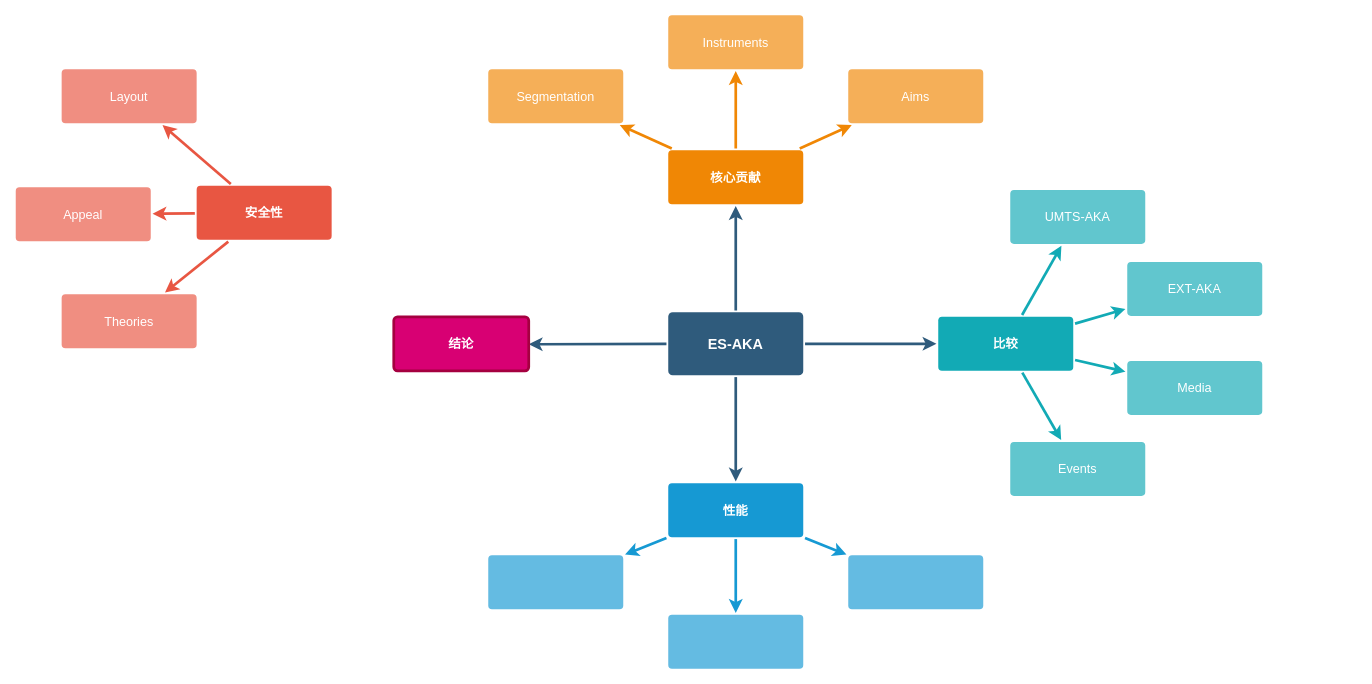
cld4h/draw.io-documents keeps this draw.io diagram as ES-AKA.drawio. Above is the earlier version. Source tidied: cells renumbered, new cells numbered last; positions are measured from the earlier drawing's top-left corner, leaving out a move shared by most shapes. Both pictures are drawn from the tidied source at 90%, with x=0, y=0 at pixel (15, 14).
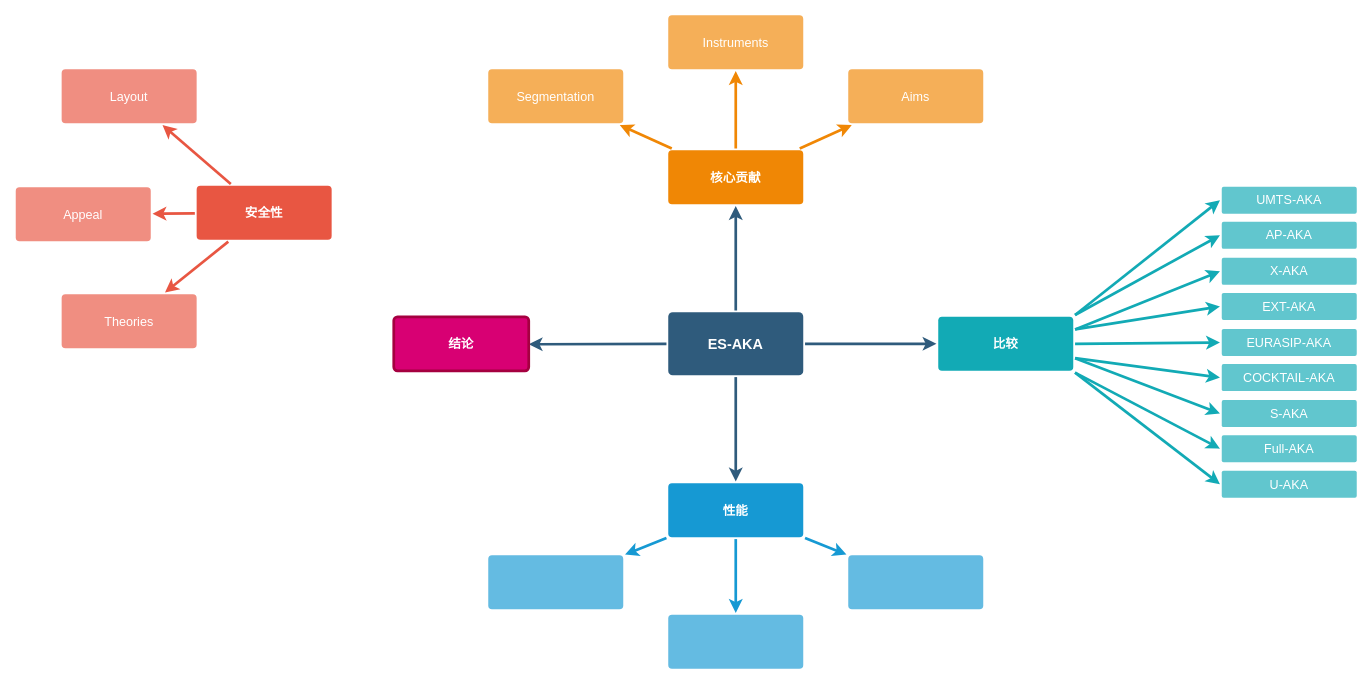
The same page after the edit.

The change refers to these unchanged cells:
```xml
<mxCell id="28" value="比较" style="rounded=1;whiteSpace=wrap;html=1;shadow=0;labelBackgroundColor=none;strokeColor=none;strokeWidth=3;fillColor=#12aab5;fontFamily=Helvetica;fontSize=14;fontColor=#FFFFFF;align=center;spacing=5;fontStyle=1;arcSize=7;perimeterSpacing=2;" parent="1" vertex="1">
  <mxGeometry x="1025" y="335.5" width="150" height="60" as="geometry" />
</mxCell>
```

Change to the diagram source:
```diff
@@
-    <mxCell id="29" value="Events" style="rounded=1;whiteSpace=wrap;html=1;shadow=0;labelBackgroundColor=none;strokeColor=none;strokeWidth=3;fillColor=#61c6ce;fontFamily=Helvetica;fontSize=14;fontColor=#FFFFFF;align=center;spacing=5;fontStyle=0;arcSize=7;perimeterSpacing=2;" parent="1" vertex="1">
-      <mxGeometry x="1105" y="474.5" width="150" height="60" as="geometry" />
+    <mxCell id="29" value="EXT-AKA" style="rounded=1;whiteSpace=wrap;html=1;shadow=0;labelBackgroundColor=none;strokeColor=none;strokeWidth=3;fillColor=#61c6ce;fontFamily=Helvetica;fontSize=14;fontColor=#FFFFFF;align=center;spacing=5;fontStyle=0;arcSize=7;perimeterSpacing=2;" parent="1" vertex="1">
+      <mxGeometry x="1340" y="309" width="150" height="30" as="geometry" />
     </mxCell>
-    <mxCell id="30" style="edgeStyle=none;rounded=1;jumpStyle=none;html=1;shadow=0;labelBackgroundColor=none;startArrow=none;startFill=0;jettySize=auto;strokeColor=#12AAB5;strokeWidth=3;fontFamily=Helvetica;fontSize=14;fontColor=#FFFFFF;spacing=5;fontStyle=1;fillColor=#b0e3e6;" parent="1" edge="1" source="28" target="29">
+    <mxCell id="30" style="edgeStyle=none;rounded=1;jumpStyle=none;html=1;shadow=0;labelBackgroundColor=none;startArrow=none;startFill=0;jettySize=auto;strokeColor=#12AAB5;strokeWidth=3;fontFamily=Helvetica;fontSize=14;fontColor=#FFFFFF;spacing=5;fontStyle=1;fillColor=#b0e3e6;entryX=0;entryY=0.5;entryDx=0;entryDy=0;exitX=1;exitY=0.25;exitDx=0;exitDy=0;" parent="1" edge="1" source="28" target="29">
       <mxGeometry relative="1" as="geometry" />
     </mxCell>
-    <mxCell id="31" value="Media" style="rounded=1;whiteSpace=wrap;html=1;shadow=0;labelBackgroundColor=none;strokeColor=none;strokeWidth=3;fillColor=#61c6ce;fontFamily=Helvetica;fontSize=14;fontColor=#FFFFFF;align=center;spacing=5;fontStyle=0;arcSize=7;perimeterSpacing=2;" parent="1" vertex="1">
-      <mxGeometry x="1235" y="384.5" width="150" height="60" as="geometry" />
+    <mxCell id="31" value="X-AKA" style="rounded=1;whiteSpace=wrap;html=1;shadow=0;labelBackgroundColor=none;strokeColor=none;strokeWidth=3;fillColor=#61c6ce;fontFamily=Helvetica;fontSize=14;fontColor=#FFFFFF;align=center;spacing=5;fontStyle=0;arcSize=7;perimeterSpacing=2;" parent="1" vertex="1">
+      <mxGeometry x="1340" y="270" width="150" height="30" as="geometry" />
     </mxCell>
-    <mxCell id="32" style="edgeStyle=none;rounded=1;jumpStyle=none;html=1;shadow=0;labelBackgroundColor=none;startArrow=none;startFill=0;jettySize=auto;strokeColor=#12AAB5;strokeWidth=3;fontFamily=Helvetica;fontSize=14;fontColor=#FFFFFF;spacing=5;fontStyle=1;fillColor=#b0e3e6;" parent="1" edge="1" source="28" target="31">
+    <mxCell id="32" style="edgeStyle=none;rounded=1;jumpStyle=none;html=1;shadow=0;labelBackgroundColor=none;startArrow=none;startFill=0;jettySize=auto;strokeColor=#12AAB5;strokeWidth=3;fontFamily=Helvetica;fontSize=14;fontColor=#FFFFFF;spacing=5;fontStyle=1;fillColor=#b0e3e6;entryX=0;entryY=0.5;entryDx=0;entryDy=0;exitX=1;exitY=0.25;exitDx=0;exitDy=0;" parent="1" edge="1" source="28" target="31">
       <mxGeometry relative="1" as="geometry" />
     </mxCell>
-    <mxCell id="33" value="EXT-AKA" style="rounded=1;whiteSpace=wrap;html=1;shadow=0;labelBackgroundColor=none;strokeColor=none;strokeWidth=3;fillColor=#61c6ce;fontFamily=Helvetica;fontSize=14;fontColor=#FFFFFF;align=center;spacing=5;fontStyle=0;arcSize=7;perimeterSpacing=2;" parent="1" vertex="1">
-      <mxGeometry x="1235" y="274.5" width="150" height="60" as="geometry" />
+    <mxCell id="33" value="AP-AKA" style="rounded=1;whiteSpace=wrap;html=1;shadow=0;labelBackgroundColor=none;strokeColor=none;strokeWidth=3;fillColor=#61c6ce;fontFamily=Helvetica;fontSize=14;fontColor=#FFFFFF;align=center;spacing=5;fontStyle=0;arcSize=7;perimeterSpacing=2;" parent="1" vertex="1">
+      <mxGeometry x="1340" y="230" width="150" height="30" as="geometry" />
     </mxCell>
-    <mxCell id="34" style="edgeStyle=none;rounded=1;jumpStyle=none;html=1;shadow=0;labelBackgroundColor=none;startArrow=none;startFill=0;jettySize=auto;strokeColor=#12AAB5;strokeWidth=3;fontFamily=Helvetica;fontSize=14;fontColor=#FFFFFF;spacing=5;fontStyle=1;fillColor=#b0e3e6;" parent="1" edge="1" source="28" target="33">
+    <mxCell id="34" style="edgeStyle=none;rounded=1;jumpStyle=none;html=1;shadow=0;labelBackgroundColor=none;startArrow=none;startFill=0;jettySize=auto;strokeColor=#12AAB5;strokeWidth=3;fontFamily=Helvetica;fontSize=14;fontColor=#FFFFFF;spacing=5;fontStyle=1;fillColor=#b0e3e6;entryX=0;entryY=0.5;entryDx=0;entryDy=0;exitX=1;exitY=0;exitDx=0;exitDy=0;" parent="1" edge="1" source="28" target="33">
       <mxGeometry relative="1" as="geometry" />
     </mxCell>
     <mxCell id="35" value="UMTS-AKA" style="rounded=1;whiteSpace=wrap;html=1;shadow=0;labelBackgroundColor=none;strokeColor=none;strokeWidth=3;fillColor=#61c6ce;fontFamily=Helvetica;fontSize=14;fontColor=#FFFFFF;align=center;spacing=5;fontStyle=0;arcSize=7;perimeterSpacing=2;" parent="1" vertex="1">
-      <mxGeometry x="1105" y="194.5" width="150" height="60" as="geometry" />
+      <mxGeometry x="1340" y="191" width="150" height="30" as="geometry" />
     </mxCell>
-    <mxCell id="36" style="edgeStyle=none;rounded=1;jumpStyle=none;html=1;shadow=0;labelBackgroundColor=none;startArrow=none;startFill=0;jettySize=auto;strokeColor=#12AAB5;strokeWidth=3;fontFamily=Helvetica;fontSize=14;fontColor=#FFFFFF;spacing=5;fontStyle=1;fillColor=#b0e3e6;" parent="1" edge="1" source="28" target="35">
+    <mxCell id="36" style="edgeStyle=none;rounded=1;jumpStyle=none;html=1;shadow=0;labelBackgroundColor=none;startArrow=none;startFill=0;jettySize=auto;strokeColor=#12AAB5;strokeWidth=3;fontFamily=Helvetica;fontSize=14;fontColor=#FFFFFF;spacing=5;fontStyle=1;fillColor=#b0e3e6;entryX=0;entryY=0.5;entryDx=0;entryDy=0;exitX=1;exitY=0;exitDx=0;exitDy=0;" parent="1" edge="1" source="28" target="35">
       <mxGeometry relative="1" as="geometry" />
     </mxCell>
@@
+    <mxCell id="38" value="EURASIP-AKA" style="rounded=1;whiteSpace=wrap;html=1;shadow=0;labelBackgroundColor=none;strokeColor=none;strokeWidth=3;fillColor=#61c6ce;fontFamily=Helvetica;fontSize=14;fontColor=#FFFFFF;align=center;spacing=5;fontStyle=0;arcSize=7;perimeterSpacing=2;" parent="1" vertex="1">
+      <mxGeometry x="1340" y="349" width="150" height="30" as="geometry" />
+    </mxCell>
+    <mxCell id="39" value="COCKTAIL-AKA" style="rounded=1;whiteSpace=wrap;html=1;shadow=0;labelBackgroundColor=none;strokeColor=none;strokeWidth=3;fillColor=#61c6ce;fontFamily=Helvetica;fontSize=14;fontColor=#FFFFFF;align=center;spacing=5;fontStyle=0;arcSize=7;perimeterSpacing=2;" parent="1" vertex="1">
+      <mxGeometry x="1340" y="388" width="150" height="30" as="geometry" />
+    </mxCell>
+    <mxCell id="40" value="S-AKA" style="rounded=1;whiteSpace=wrap;html=1;shadow=0;labelBackgroundColor=none;strokeColor=none;strokeWidth=3;fillColor=#61c6ce;fontFamily=Helvetica;fontSize=14;fontColor=#FFFFFF;align=center;spacing=5;fontStyle=0;arcSize=7;perimeterSpacing=2;" parent="1" vertex="1">
+      <mxGeometry x="1340" y="428" width="150" height="30" as="geometry" />
+    </mxCell>
+    <mxCell id="41" value="Full-AKA" style="rounded=1;whiteSpace=wrap;html=1;shadow=0;labelBackgroundColor=none;strokeColor=none;strokeWidth=3;fillColor=#61c6ce;fontFamily=Helvetica;fontSize=14;fontColor=#FFFFFF;align=center;spacing=5;fontStyle=0;arcSize=7;perimeterSpacing=2;" parent="1" vertex="1">
+      <mxGeometry x="1340" y="467" width="150" height="30" as="geometry" />
+    </mxCell>
+    <mxCell id="42" value="U-AKA" style="rounded=1;whiteSpace=wrap;html=1;shadow=0;labelBackgroundColor=none;strokeColor=none;strokeWidth=3;fillColor=#61c6ce;fontFamily=Helvetica;fontSize=14;fontColor=#FFFFFF;align=center;spacing=5;fontStyle=0;arcSize=7;perimeterSpacing=2;" parent="1" vertex="1">
+      <mxGeometry x="1340" y="506.5" width="150" height="30" as="geometry" />
+    </mxCell>
+    <mxCell id="43" style="edgeStyle=none;rounded=1;jumpStyle=none;html=1;shadow=0;labelBackgroundColor=none;startArrow=none;startFill=0;jettySize=auto;strokeColor=#12AAB5;strokeWidth=3;fontFamily=Helvetica;fontSize=14;fontColor=#FFFFFF;spacing=5;fontStyle=1;fillColor=#b0e3e6;entryX=0;entryY=0.5;entryDx=0;entryDy=0;exitX=1;exitY=0.5;exitDx=0;exitDy=0;" parent="1" edge="1" source="28" target="38">
+      <mxGeometry relative="1" as="geometry" />
+    </mxCell>
+    <mxCell id="44" style="edgeStyle=none;rounded=1;jumpStyle=none;html=1;shadow=0;labelBackgroundColor=none;startArrow=none;startFill=0;jettySize=auto;strokeColor=#12AAB5;strokeWidth=3;fontFamily=Helvetica;fontSize=14;fontColor=#FFFFFF;spacing=5;fontStyle=1;fillColor=#b0e3e6;entryX=0;entryY=0.5;entryDx=0;entryDy=0;exitX=1;exitY=0.75;exitDx=0;exitDy=0;" parent="1" edge="1" source="28" target="39">
+      <mxGeometry relative="1" as="geometry" />
+    </mxCell>
+    <mxCell id="45" style="edgeStyle=none;rounded=1;jumpStyle=none;html=1;shadow=0;labelBackgroundColor=none;startArrow=none;startFill=0;jettySize=auto;strokeColor=#12AAB5;strokeWidth=3;fontFamily=Helvetica;fontSize=14;fontColor=#FFFFFF;spacing=5;fontStyle=1;fillColor=#b0e3e6;entryX=0;entryY=0.5;entryDx=0;entryDy=0;exitX=1;exitY=0.75;exitDx=0;exitDy=0;" parent="1" edge="1" source="28" target="40">
+      <mxGeometry relative="1" as="geometry" />
+    </mxCell>
+    <mxCell id="46" style="edgeStyle=none;rounded=1;jumpStyle=none;html=1;shadow=0;labelBackgroundColor=none;startArrow=none;startFill=0;jettySize=auto;strokeColor=#12AAB5;strokeWidth=3;fontFamily=Helvetica;fontSize=14;fontColor=#FFFFFF;spacing=5;fontStyle=1;fillColor=#b0e3e6;entryX=0;entryY=0.5;entryDx=0;entryDy=0;exitX=1;exitY=1;exitDx=0;exitDy=0;" parent="1" edge="1" source="28" target="41">
+      <mxGeometry relative="1" as="geometry" />
+    </mxCell>
+    <mxCell id="47" style="edgeStyle=none;rounded=1;jumpStyle=none;html=1;shadow=0;labelBackgroundColor=none;startArrow=none;startFill=0;jettySize=auto;strokeColor=#12AAB5;strokeWidth=3;fontFamily=Helvetica;fontSize=14;fontColor=#FFFFFF;spacing=5;fontStyle=1;fillColor=#b0e3e6;entryX=0;entryY=0.5;entryDx=0;entryDy=0;exitX=1;exitY=1;exitDx=0;exitDy=0;" parent="1" edge="1" source="28" target="42">
+      <mxGeometry relative="1" as="geometry" />
+    </mxCell>
```
